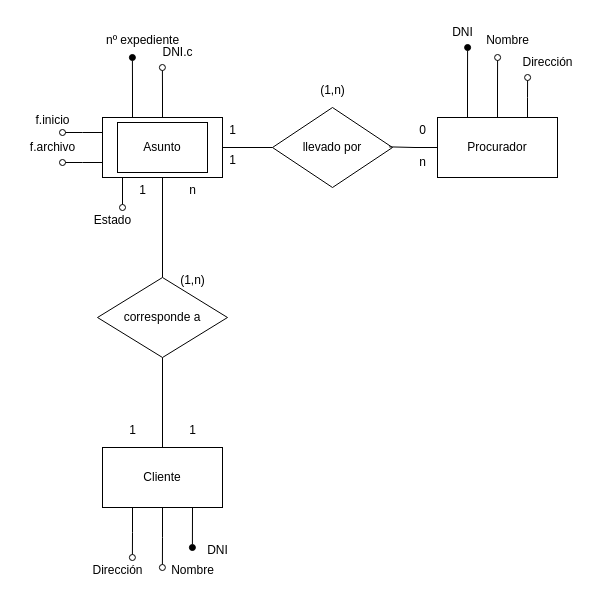
This is ejercicio1-abogados.drawio from bibifupi/Abril23, a draw.io file, before an edit. Source tidied: cells renumbered, new cells numbered last; positions are measured from the earlier drawing's top-left corner, leaving out a move shared by most shapes. Both pictures are drawn from the tidied source at 100%, with x=0, y=0 at pixel (17, 17).
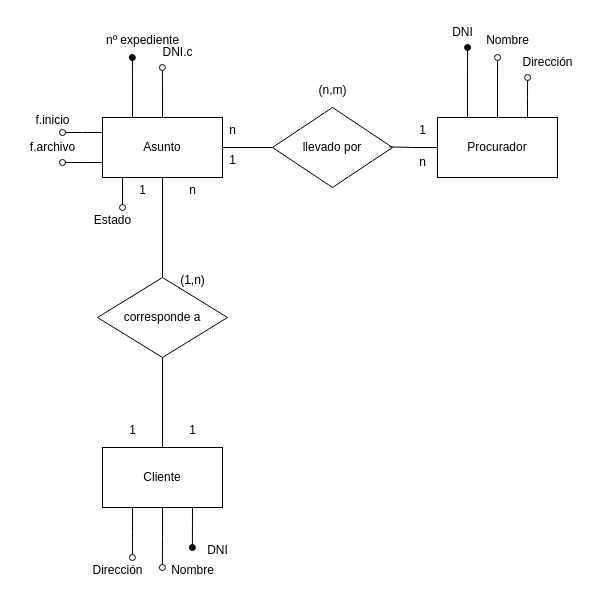
After the change.

What changed in the source:
```diff
@@
-    <mxCell id="38" value="1" style="text;html=1;align=center;verticalAlign=middle;strokeColor=none;fillColor=none;" parent="1" vertex="1">
+    <mxCell id="38" value="n" style="text;html=1;align=center;verticalAlign=middle;strokeColor=none;fillColor=none;" parent="1" vertex="1">
       <mxGeometry x="200" y="98" width="30" height="30" as="geometry" />
     </mxCell>
-    <mxCell id="39" value="0" style="text;html=1;align=center;verticalAlign=middle;strokeColor=none;fillColor=none;" parent="1" vertex="1">
+    <mxCell id="39" value="1" style="text;html=1;align=center;verticalAlign=middle;strokeColor=none;fillColor=none;" parent="1" vertex="1">
       <mxGeometry x="390" y="98" width="30" height="30" as="geometry" />
     </mxCell>
@@
-    <mxCell id="42" value="(1,n)" style="text;html=1;align=center;verticalAlign=middle;strokeColor=none;fillColor=none;" parent="1" vertex="1">
+    <mxCell id="42" value="(n,m)" style="text;html=1;align=center;verticalAlign=middle;strokeColor=none;fillColor=none;" parent="1" vertex="1">
       <mxGeometry x="290" y="58" width="50" height="30" as="geometry" />
     </mxCell>
-    <mxCell id="43" style="rounded=0;whiteSpace=wrap;html=1;fillColor=none;" parent="1" vertex="1">
-      <mxGeometry x="100" y="105" width="90" height="50" as="geometry" />
-    </mxCell>
```
